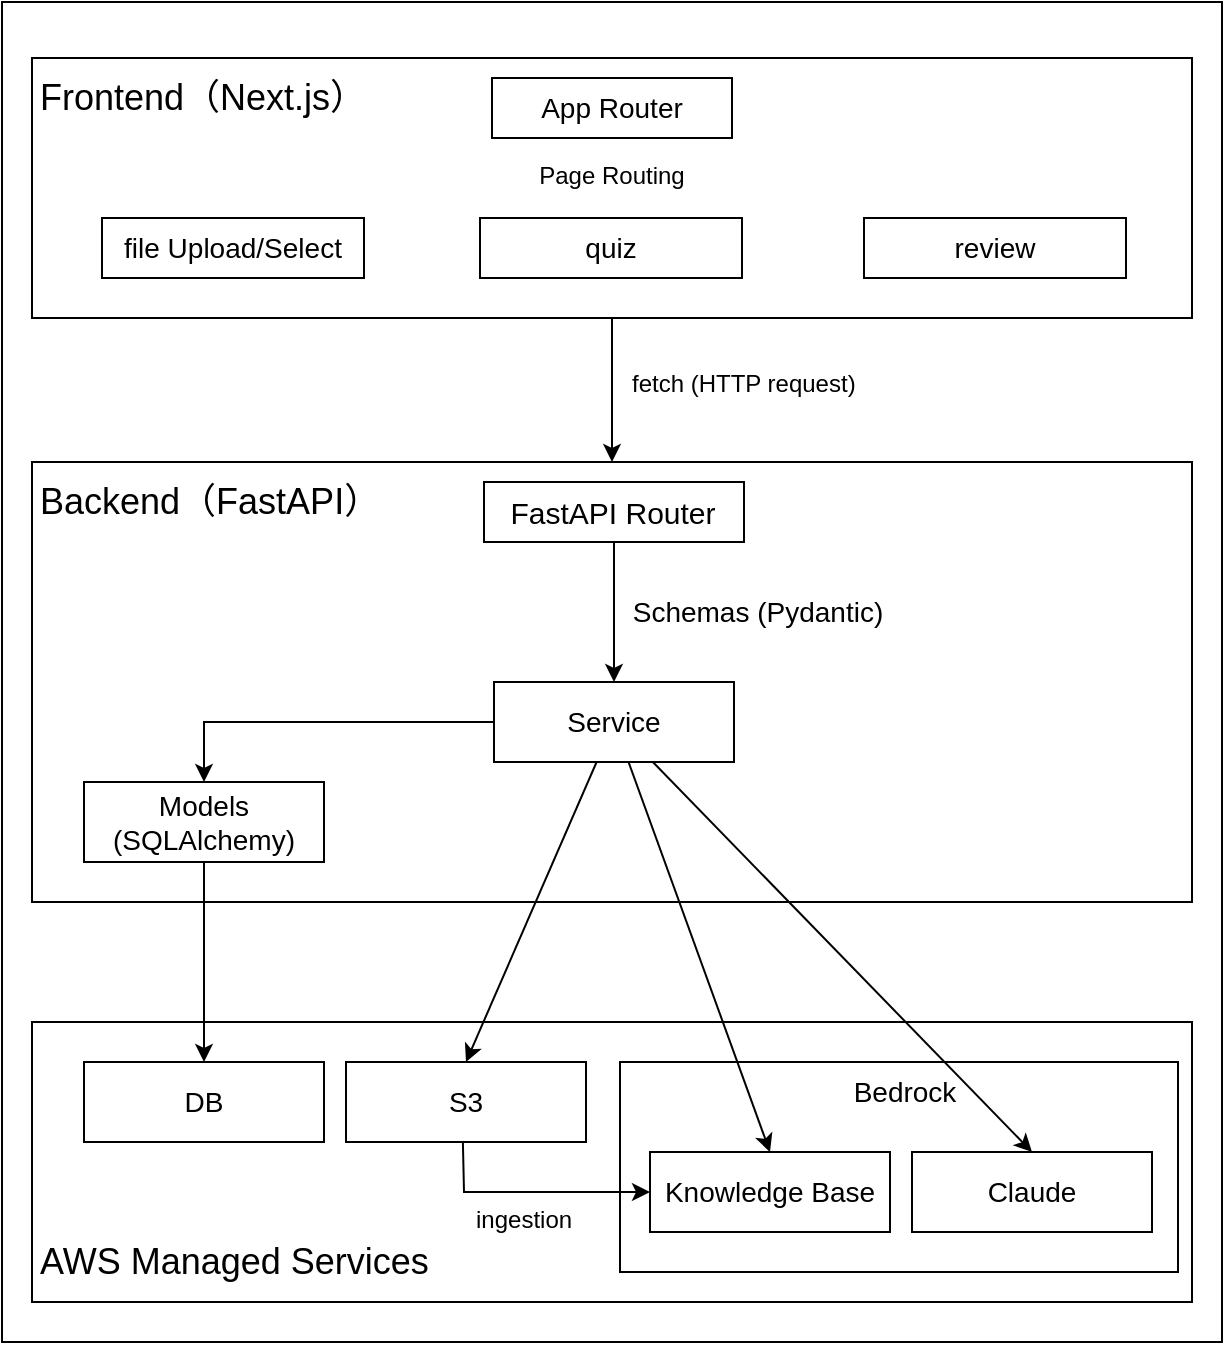
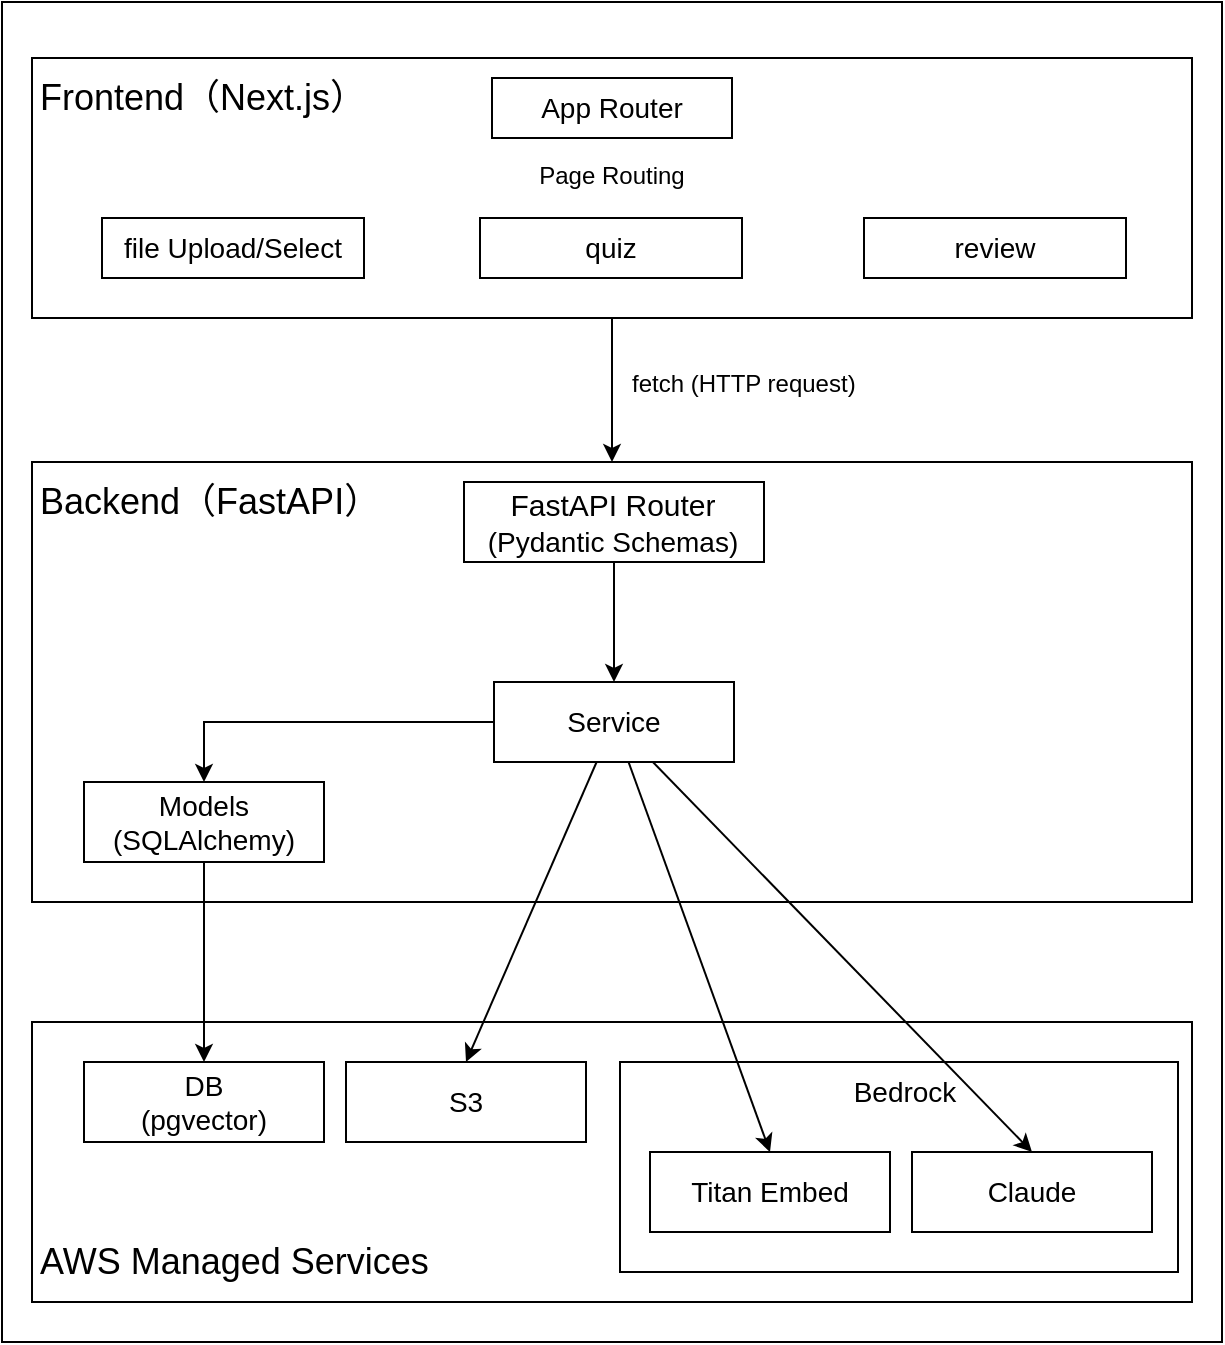
<mxfile host="65bd71144e">
    <diagram id="-sK7EBd7eQeEawK1GACJ" name="ページ1">
-         <mxGraphModel dx="675" dy="814" grid="1" gridSize="10" guides="1" tooltips="1" connect="1" arrows="1" fold="1" page="1" pageScale="1" pageWidth="827" pageHeight="1169" math="0" shadow="0">
+         <mxGraphModel dx="650" dy="605" grid="1" gridSize="10" guides="1" tooltips="1" connect="1" arrows="1" fold="1" page="1" pageScale="1" pageWidth="827" pageHeight="1169" math="0" shadow="0">
            <root>
                <mxCell id="0"/>
                <mxCell id="1" parent="0"/>
-                 <mxCell id="50" value="" style="whiteSpace=wrap;html=1;" vertex="1" parent="1">
+                 <mxCell id="50" value="" style="whiteSpace=wrap;html=1;" parent="1" vertex="1">
                    <mxGeometry x="109" y="60" width="610" height="670" as="geometry"/>
                </mxCell>
                <mxCell id="48" value="" style="whiteSpace=wrap;html=1;fillColor=none;strokeColor=light-dark(#000000,#33FF99);" parent="1" vertex="1">
                    <mxGeometry x="124" y="570" width="580" height="140" as="geometry"/>
                </mxCell>
                <mxCell id="39" value="" style="whiteSpace=wrap;html=1;fillColor=none;strokeColor=light-dark(#000000,#33FF99);" parent="1" vertex="1">
                    <mxGeometry x="418" y="590" width="279" height="105" as="geometry"/>
                </mxCell>
                <mxCell id="15" style="edgeStyle=none;html=1;entryX=0.5;entryY=0;entryDx=0;entryDy=0;" parent="1" source="2" target="13" edge="1">
                    <mxGeometry relative="1" as="geometry"/>
                </mxCell>
                <mxCell id="2" value="" style="whiteSpace=wrap;html=1;fillColor=none;strokeColor=light-dark(#000000,#66B2FF);" parent="1" vertex="1">
                    <mxGeometry x="124" y="88" width="580" height="130" as="geometry"/>
                </mxCell>
                <mxCell id="3" value="&lt;font style=&quot;font-size: 18px; color: light-dark(rgb(0, 0, 0), rgb(102, 178, 255));&quot;&gt;Frontend（Next.js）&lt;/font&gt;" style="text;html=1;align=left;verticalAlign=middle;resizable=0;points=[];autosize=1;strokeColor=none;fillColor=none;fontColor=light-dark(#000000,#66B2FF);" parent="1" vertex="1">
                    <mxGeometry x="126" y="88" width="190" height="40" as="geometry"/>
                </mxCell>
                <mxCell id="4" value="&lt;font style=&quot;font-size: 14px;&quot;&gt;App Router&lt;/font&gt;" style="whiteSpace=wrap;html=1;fillColor=none;strokeColor=light-dark(#000000,#66B2FF);" parent="1" vertex="1">
                    <mxGeometry x="354" y="98" width="120" height="30" as="geometry"/>
                </mxCell>
                <mxCell id="5" value="&lt;font style=&quot;font-size: 14px;&quot;&gt;file Upload/Select&lt;/font&gt;" style="whiteSpace=wrap;html=1;fillColor=none;strokeColor=light-dark(#000000,#66B2FF);" parent="1" vertex="1">
                    <mxGeometry x="159" y="168" width="131" height="30" as="geometry"/>
                </mxCell>
                <mxCell id="6" value="&lt;span style=&quot;font-size: 14px;&quot;&gt;quiz&lt;/span&gt;" style="whiteSpace=wrap;html=1;fillColor=none;strokeColor=light-dark(#000000,#66B2FF);" parent="1" vertex="1">
                    <mxGeometry x="348" y="168" width="131" height="30" as="geometry"/>
                </mxCell>
                <mxCell id="7" value="&lt;font style=&quot;font-size: 14px;&quot;&gt;review&lt;/font&gt;" style="whiteSpace=wrap;html=1;fillColor=none;strokeColor=light-dark(#000000,#66B2FF);" parent="1" vertex="1">
                    <mxGeometry x="540" y="168" width="131" height="30" as="geometry"/>
                </mxCell>
                <mxCell id="13" value="" style="whiteSpace=wrap;html=1;fillColor=none;strokeColor=light-dark(#000000,#FF6666);" parent="1" vertex="1">
                    <mxGeometry x="124" y="290" width="580" height="220" as="geometry"/>
                </mxCell>
                <mxCell id="14" value="&lt;font style=&quot;font-size: 18px; color: light-dark(rgb(0, 0, 0), rgb(255, 102, 102));&quot;&gt;Backend（FastAPI）&lt;/font&gt;" style="text;html=1;align=left;verticalAlign=middle;resizable=0;points=[];autosize=1;strokeColor=none;fillColor=none;fontColor=light-dark(#000000,#66B2FF);" parent="1" vertex="1">
                    <mxGeometry x="126" y="290" width="190" height="40" as="geometry"/>
                </mxCell>
                <mxCell id="16" value="fetch (HTTP request)" style="text;align=left;verticalAlign=top;resizable=0;points=[];autosize=1;strokeColor=none;fillColor=none;" parent="1" vertex="1">
                    <mxGeometry x="422" y="237" width="140" height="30" as="geometry"/>
                </mxCell>
                <mxCell id="25" style="edgeStyle=none;html=1;entryX=0.5;entryY=0;entryDx=0;entryDy=0;" parent="1" source="17" target="18" edge="1">
                    <mxGeometry relative="1" as="geometry"/>
                </mxCell>
                <mxCell id="17" value="" style="whiteSpace=wrap;html=1;fillColor=none;strokeColor=light-dark(#000000,#FF6666);" parent="1" vertex="1">
-                     <mxGeometry x="350" y="300" width="130" height="30" as="geometry"/>
+                     <mxGeometry x="340" y="300" width="150" height="40" as="geometry"/>
                </mxCell>
                <mxCell id="30" style="edgeStyle=none;html=1;entryX=0.5;entryY=0;entryDx=0;entryDy=0;" parent="1" source="18" target="26" edge="1">
                    <mxGeometry relative="1" as="geometry"/>
                </mxCell>
                <mxCell id="36" style="edgeStyle=none;html=1;entryX=0.5;entryY=0;entryDx=0;entryDy=0;rounded=0;curved=0;" parent="1" source="18" target="20" edge="1">
                    <mxGeometry relative="1" as="geometry">
                        <Array as="points">
                            <mxPoint x="210" y="420"/>
                        </Array>
                    </mxGeometry>
                </mxCell>
                <mxCell id="45" style="edgeStyle=none;html=1;entryX=0.5;entryY=0;entryDx=0;entryDy=0;" parent="1" source="18" target="27" edge="1">
                    <mxGeometry relative="1" as="geometry"/>
                </mxCell>
                <mxCell id="46" style="edgeStyle=none;html=1;entryX=0.5;entryY=0;entryDx=0;entryDy=0;" parent="1" source="18" target="28" edge="1">
                    <mxGeometry relative="1" as="geometry"/>
                </mxCell>
                <mxCell id="18" value="&lt;font style=&quot;font-size: 14px;&quot;&gt;Service&lt;/font&gt;" style="whiteSpace=wrap;html=1;fillColor=none;strokeColor=light-dark(#000000,#FF6666);" parent="1" vertex="1">
                    <mxGeometry x="355" y="400" width="120" height="40" as="geometry"/>
                </mxCell>
-                 <mxCell id="19" value="Schemas (Pydantic)" style="fillColor=none;strokeColor=none;fontSize=14;fontColor=light-dark(#000000,#FFFFFF);" parent="1" vertex="1">
-                     <mxGeometry x="422" y="349" width="130" height="30" as="geometry"/>
-                 </mxCell>
                <mxCell id="37" style="edgeStyle=none;html=1;" parent="1" source="20" target="29" edge="1">
                    <mxGeometry relative="1" as="geometry"/>
                </mxCell>
                <mxCell id="20" value="&lt;font style=&quot;font-size: 14px; color: light-dark(rgb(0, 0, 0), rgb(255, 255, 255));&quot;&gt;Models&lt;/font&gt;&lt;div&gt;&lt;font style=&quot;color: light-dark(rgb(0, 0, 0), rgb(255, 255, 255));&quot;&gt;&lt;font style=&quot;font-size: 14px;&quot;&gt;(SQLAlchemy)&lt;/font&gt;&lt;/font&gt;&lt;/div&gt;" style="whiteSpace=wrap;html=1;fillColor=none;strokeColor=light-dark(#000000,#FF6666);" parent="1" vertex="1">
                    <mxGeometry x="150" y="450" width="120" height="40" as="geometry"/>
                </mxCell>
-                 <mxCell id="21" value="&lt;font style=&quot;font-size: 15px;&quot;&gt;FastAPI Router&lt;/font&gt;" style="text;html=1;align=center;verticalAlign=middle;resizable=0;points=[];autosize=1;strokeColor=none;fillColor=none;" parent="1" vertex="1">
-                     <mxGeometry x="349" y="300" width="130" height="30" as="geometry"/>
+                 <mxCell id="21" value="&lt;font style=&quot;font-size: 15px; color: light-dark(rgb(0, 0, 0), rgb(255, 255, 255));&quot;&gt;FastAPI Router&lt;/font&gt;&lt;div&gt;&lt;font style=&quot;font-size: 15px; color: light-dark(rgb(0, 0, 0), rgb(255, 255, 255));&quot;&gt;&lt;span style=&quot;font-size: 14px;&quot;&gt;(Pydantic Schemas)&lt;/span&gt;&lt;/font&gt;&lt;/div&gt;" style="text;html=1;align=center;verticalAlign=middle;resizable=0;points=[];autosize=1;strokeColor=none;fillColor=none;" parent="1" vertex="1">
+                     <mxGeometry x="339" y="295" width="150" height="50" as="geometry"/>
                </mxCell>
                <mxCell id="24" value="&lt;font style=&quot;&quot;&gt;Page Routing&lt;/font&gt;" style="whiteSpace=wrap;html=1;strokeColor=none;fillColor=none;fontColor=light-dark(#000000,#FFFFFF);" parent="1" vertex="1">
                    <mxGeometry x="374" y="137" width="80" height="20" as="geometry"/>
                </mxCell>
-                 <mxCell id="26" value="&lt;span style=&quot;font-size: 14px;&quot;&gt;S3&lt;/span&gt;" style="whiteSpace=wrap;html=1;fillColor=none;strokeColor=light-dark(#000000,#33FF99);" parent="1" vertex="1">
+                 <mxCell id="26" value="&lt;span style=&quot;font-size: 14px;&quot;&gt;&lt;font style=&quot;color: light-dark(rgb(0, 0, 0), rgb(255, 255, 255));&quot;&gt;S3&lt;/font&gt;&lt;/span&gt;" style="whiteSpace=wrap;html=1;fillColor=none;strokeColor=light-dark(#000000,#33FF99);" parent="1" vertex="1">
                    <mxGeometry x="281" y="590" width="120" height="40" as="geometry"/>
                </mxCell>
-                 <mxCell id="27" value="&lt;span style=&quot;font-size: 14px;&quot;&gt;Knowledge Base&lt;/span&gt;" style="whiteSpace=wrap;html=1;fillColor=none;strokeColor=light-dark(#000000,#33FF99);" parent="1" vertex="1">
+                 <mxCell id="27" value="&lt;span style=&quot;font-size: 14px;&quot;&gt;&lt;font style=&quot;color: light-dark(rgb(0, 0, 0), rgb(255, 255, 255));&quot;&gt;Titan Embed&lt;/font&gt;&lt;/span&gt;" style="whiteSpace=wrap;html=1;fillColor=none;strokeColor=light-dark(#000000,#33FF99);" parent="1" vertex="1">
                    <mxGeometry x="433" y="635" width="120" height="40" as="geometry"/>
                </mxCell>
-                 <mxCell id="28" value="&lt;span style=&quot;font-size: 14px;&quot;&gt;Claude&lt;/span&gt;" style="whiteSpace=wrap;html=1;fillColor=none;strokeColor=light-dark(#000000,#33FF99);" parent="1" vertex="1">
+                 <mxCell id="28" value="&lt;span style=&quot;font-size: 14px;&quot;&gt;&lt;font style=&quot;color: light-dark(rgb(0, 0, 0), rgb(255, 255, 255));&quot;&gt;Claude&lt;/font&gt;&lt;/span&gt;" style="whiteSpace=wrap;html=1;fillColor=none;strokeColor=light-dark(#000000,#33FF99);" parent="1" vertex="1">
                    <mxGeometry x="564" y="635" width="120" height="40" as="geometry"/>
                </mxCell>
-                 <mxCell id="29" value="&lt;span style=&quot;font-size: 14px;&quot;&gt;DB&lt;/span&gt;" style="whiteSpace=wrap;html=1;fillColor=none;strokeColor=light-dark(#000000,#33FF99);" parent="1" vertex="1">
+                 <mxCell id="29" value="&lt;span style=&quot;font-size: 14px;&quot;&gt;&lt;font style=&quot;color: light-dark(rgb(0, 0, 0), rgb(255, 255, 255));&quot;&gt;DB&lt;br&gt;(pgvector)&lt;/font&gt;&lt;/span&gt;" style="whiteSpace=wrap;html=1;fillColor=none;strokeColor=light-dark(#000000,#33FF99);" parent="1" vertex="1">
                    <mxGeometry x="150" y="590" width="120" height="40" as="geometry"/>
                </mxCell>
                <mxCell id="41" value="&lt;font style=&quot;font-size: 14px;&quot;&gt;Bedrock&lt;/font&gt;" style="text;html=1;align=center;verticalAlign=middle;resizable=0;points=[];autosize=1;strokeColor=none;fillColor=none;" parent="1" vertex="1">
                    <mxGeometry x="525" y="590" width="70" height="30" as="geometry"/>
-                 </mxCell>
-                 <mxCell id="43" style="edgeStyle=none;html=1;entryX=0;entryY=0.5;entryDx=0;entryDy=0;rounded=0;curved=0;exitX=0.487;exitY=0.993;exitDx=0;exitDy=0;exitPerimeter=0;" parent="1" source="26" edge="1">
-                     <mxGeometry relative="1" as="geometry">
-                         <mxPoint x="341.66666666666663" y="630" as="sourcePoint"/>
-                         <mxPoint x="433" y="655" as="targetPoint"/>
-                         <Array as="points">
-                             <mxPoint x="340" y="655"/>
-                         </Array>
-                     </mxGeometry>
-                 </mxCell>
-                 <mxCell id="47" value="ingestion" style="text;align=left;verticalAlign=top;resizable=0;points=[];autosize=1;strokeColor=none;fillColor=none;" parent="1" vertex="1">
-                     <mxGeometry x="344" y="655" width="70" height="30" as="geometry"/>
                </mxCell>
                <mxCell id="49" value="&lt;font style=&quot;font-size: 18px; color: light-dark(rgb(0, 0, 0), rgb(51, 255, 153));&quot;&gt;AWS Managed Services&lt;/font&gt;" style="text;html=1;align=left;verticalAlign=middle;resizable=0;points=[];autosize=1;strokeColor=none;fillColor=none;fontColor=light-dark(#000000,#66B2FF);" parent="1" vertex="1">
                    <mxGeometry x="126" y="670" width="220" height="40" as="geometry"/>
                </mxCell>
            </root>
        </mxGraphModel>
    </diagram>
</mxfile>